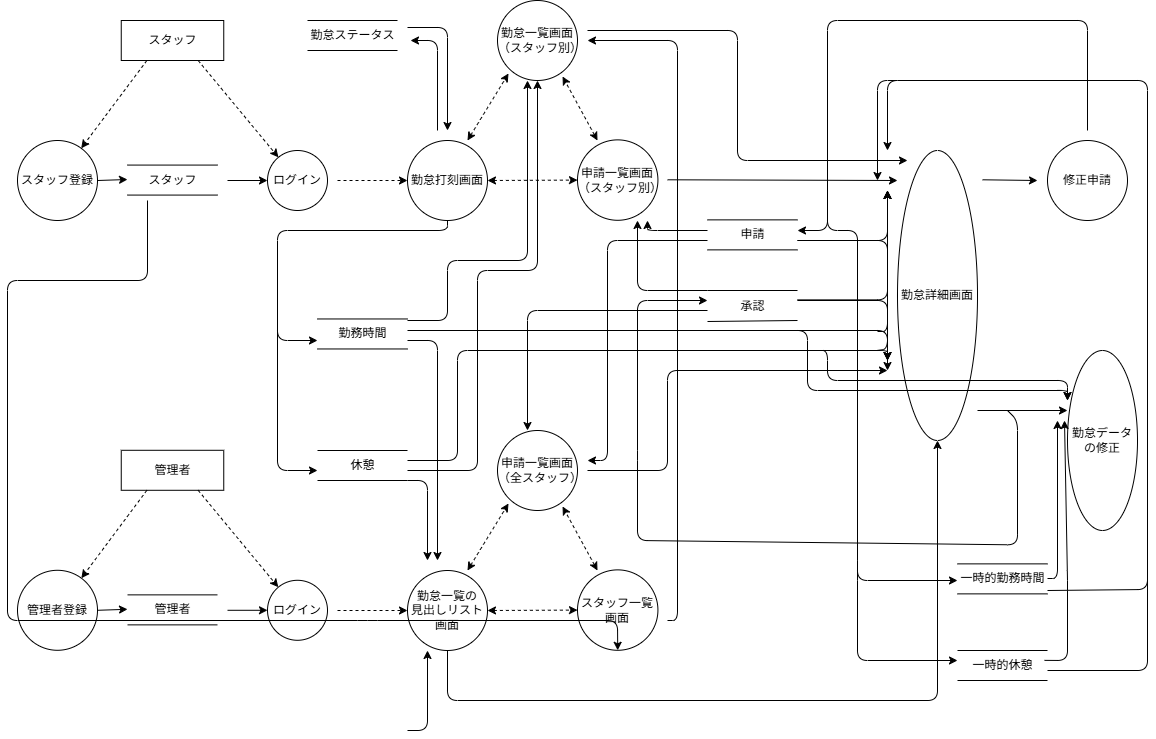
Earlier version of the draw.io export doc/medium-dfd.drawio.png (yuuzaki2000/attend). Source tidied: cells renumbered, new cells last; positions are measured from the earlier drawing's top-left corner, leaving out a move shared by most shapes.
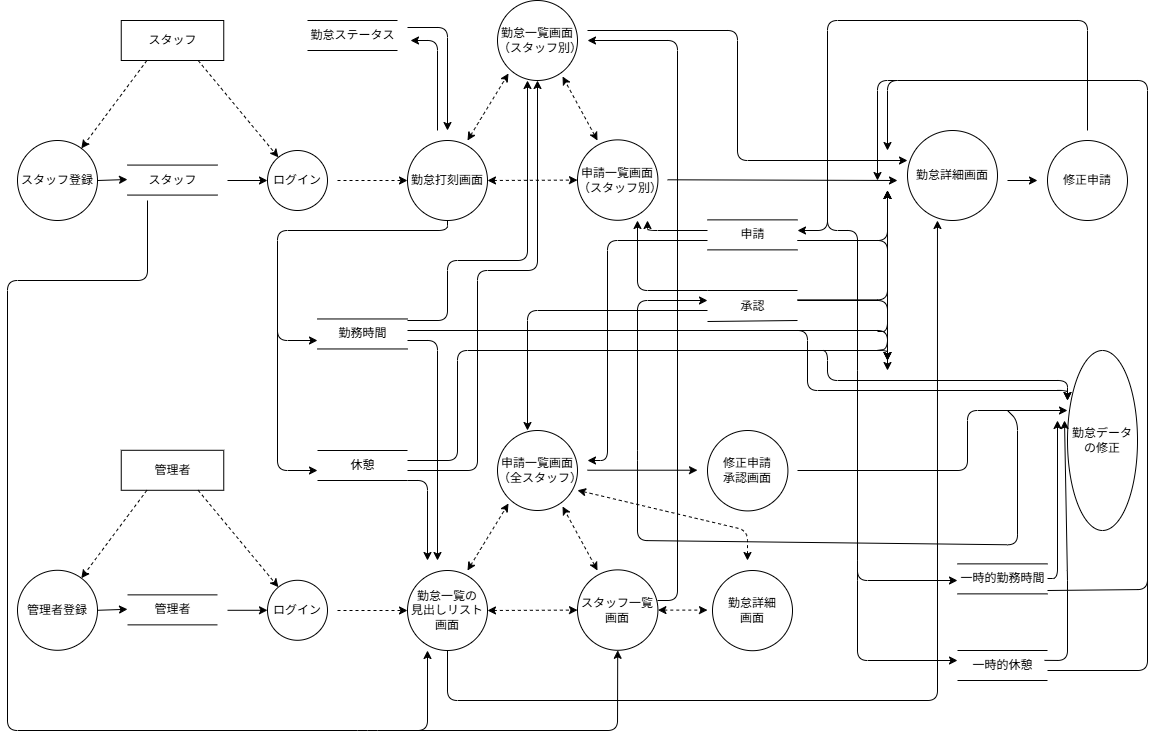
The same diagram one commit later.

Change to the diagram source:
```diff
@@ -141,34 +141,27 @@
       <mxGeometry relative="1" as="geometry" />
     </mxCell>
     <mxCell id="36" value="勤怠詳細画面" style="ellipse;whiteSpace=wrap;html=1;" parent="1" vertex="1">
-      <mxGeometry x="890" y="150" width="80" height="290" as="geometry" />
+      <mxGeometry x="900" y="130" width="90" height="90" as="geometry" />
     </mxCell>
-    <mxCell id="37" style="endArrow=classic;html=1;exitX=0.5;exitY=1;exitDx=0;exitDy=0;entryX=0.5;entryY=1;entryDx=0;entryDy=0;" parent="1" edge="1" source="30">
+    <mxCell id="37" style="endArrow=classic;html=1;exitX=0.5;exitY=1;exitDx=0;exitDy=0;entryX=0.333;entryY=1;entryDx=0;entryDy=0;entryPerimeter=0;" parent="1" edge="1" source="30" target="36">
       <mxGeometry relative="1" as="geometry">
-        <mxPoint x="930" y="440" as="targetPoint" />
         <Array as="points">
           <mxPoint x="440" y="700" />
           <mxPoint x="930" y="700" />
         </Array>
       </mxGeometry>
     </mxCell>
-    <mxCell id="38" style="endArrow=classic;html=1;" parent="1" edge="1">
-      <mxGeometry relative="1" as="geometry">
-        <mxPoint x="580" y="470" as="sourcePoint" />
-        <mxPoint x="880" y="370" as="targetPoint" />
-        <Array as="points">
-          <mxPoint x="660" y="470" />
-          <mxPoint x="660" y="370" />
-        </Array>
-      </mxGeometry>
-    </mxCell>
     <mxCell id="39" value="&lt;span style=&quot;color: rgb(0, 0, 0);&quot;&gt;勤怠データの修正&lt;/span&gt;" style="ellipse;whiteSpace=wrap;html=1;" parent="1" vertex="1">
       <mxGeometry x="1060" y="350" width="70" height="180" as="geometry" />
     </mxCell>
     <mxCell id="40" style="endArrow=classic;html=1;" parent="1" edge="1">
       <mxGeometry relative="1" as="geometry">
-        <mxPoint x="970" y="410" as="sourcePoint" />
+        <mxPoint x="790" y="470" as="sourcePoint" />
         <mxPoint x="1060" y="410" as="targetPoint" />
+        <Array as="points">
+          <mxPoint x="960" y="470" />
+          <mxPoint x="960" y="410" />
+        </Array>
       </mxGeometry>
     </mxCell>
     <mxCell id="41" value="修正申請" style="ellipse;whiteSpace=wrap;html=1;" parent="1" vertex="1">
@@ -176,7 +169,7 @@
     </mxCell>
     <mxCell id="42" style="endArrow=classic;html=1;" parent="1" edge="1">
       <mxGeometry relative="1" as="geometry">
-        <mxPoint x="975" y="179.3" as="sourcePoint" />
+        <mxPoint x="1000" y="180" as="sourcePoint" />
         <mxPoint x="1030" y="180" as="targetPoint" />
       </mxGeometry>
     </mxCell>
@@ -207,9 +200,9 @@
         <Array as="points">
           <mxPoint x="140" y="280" />
           <mxPoint y="280" />
-          <mxPoint y="620" />
-          <mxPoint x="360" y="620" />
-          <mxPoint x="610" y="620" />
+          <mxPoint y="730" />
+          <mxPoint x="360" y="730" />
+          <mxPoint x="610" y="730" />
         </Array>
       </mxGeometry>
     </mxCell>
@@ -325,10 +318,10 @@
     </mxCell>
     <mxCell id="64" style="endArrow=classic;html=1;" parent="1" edge="1">
       <mxGeometry relative="1" as="geometry">
-        <mxPoint x="660" y="620" as="sourcePoint" />
+        <mxPoint x="650" y="600" as="sourcePoint" />
         <mxPoint x="580" y="40" as="targetPoint" />
         <Array as="points">
-          <mxPoint x="670" y="620" />
+          <mxPoint x="670" y="600" />
           <mxPoint x="670" y="40" />
         </Array>
       </mxGeometry>
@@ -635,5 +628,35 @@
         </Array>
       </mxGeometry>
     </mxCell>
+    <mxCell id="100" value="勤怠詳細&lt;div&gt;画面&lt;/div&gt;" style="ellipse;whiteSpace=wrap;html=1;" parent="1" vertex="1">
+      <mxGeometry x="705" y="570" width="80" height="80.2" as="geometry" />
+    </mxCell>
+    <mxCell id="101" value="修正申請&lt;div&gt;承認画面&lt;/div&gt;" style="ellipse;whiteSpace=wrap;html=1;" parent="1" vertex="1">
+      <mxGeometry x="700" y="430" width="80.4" height="80.4" as="geometry" />
+    </mxCell>
+    <mxCell id="102" style="endArrow=classic;html=1;" parent="1" edge="1">
+      <mxGeometry relative="1" as="geometry">
+        <mxPoint x="580" y="469.7" as="sourcePoint" />
+        <mxPoint x="690" y="469.7" as="targetPoint" />
+      </mxGeometry>
+    </mxCell>
+    <mxCell id="103" style="endArrow=classic;startArrow=classic;html=1;dashed=1;entryX=0.813;entryY=0.95;entryDx=0;entryDy=0;entryPerimeter=0;" parent="1" edge="1">
+      <mxGeometry relative="1" as="geometry">
+        <mxPoint x="740" y="560" as="sourcePoint" />
+        <mxPoint x="570" y="489.8" as="targetPoint" />
+        <Array as="points">
+          <mxPoint x="740" y="530" />
+        </Array>
+      </mxGeometry>
+    </mxCell>
+    <mxCell id="104" style="endArrow=classic;startArrow=classic;html=1;dashed=1;exitX=1;exitY=0.5;exitDx=0;exitDy=0;" parent="1" edge="1">
+      <mxGeometry relative="1" as="geometry">
+        <mxPoint x="650.4" y="609.6" as="sourcePoint" />
+        <mxPoint x="700" y="610" as="targetPoint" />
+        <Array as="points">
+          <mxPoint x="700" y="609.6" />
+        </Array>
+      </mxGeometry>
+    </mxCell>
   </root>
 </mxGraphModel>
```
